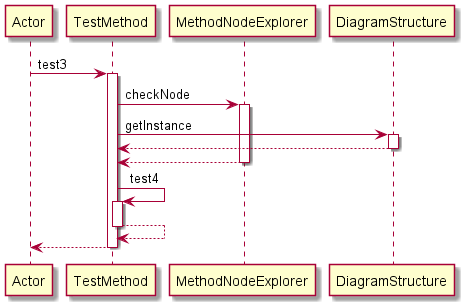
The PlantUML diagram Diagrams/test3.png in manucapo/Gardener, before a commit.
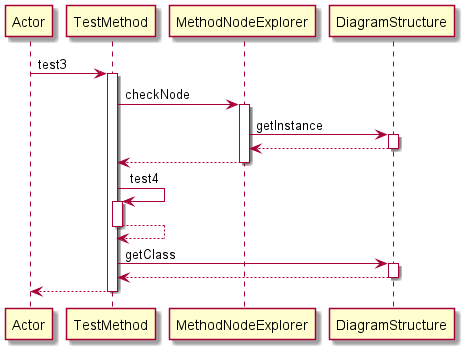
The same diagram one commit later.

The edit, as a diff of the source:
```diff
@@ -4,9 +4,9 @@
 activate TestMethod
 TestMethod -> MethodNodeExplorer: checkNode
 activate MethodNodeExplorer
-TestMethod -> DiagramStructure: getInstance
+MethodNodeExplorer -> DiagramStructure: getInstance
 activate DiagramStructure
-DiagramStructure-->TestMethod
+DiagramStructure-->MethodNodeExplorer
 deactivate DiagramStructure
 MethodNodeExplorer-->TestMethod
 deactivate MethodNodeExplorer
@@ -14,5 +14,9 @@
 activate TestMethod
 TestMethod-->TestMethod
 deactivate TestMethod
+TestMethod -> DiagramStructure: getClass
+activate DiagramStructure
+DiagramStructure-->TestMethod
+deactivate DiagramStructure
 return
 @enduml
```
